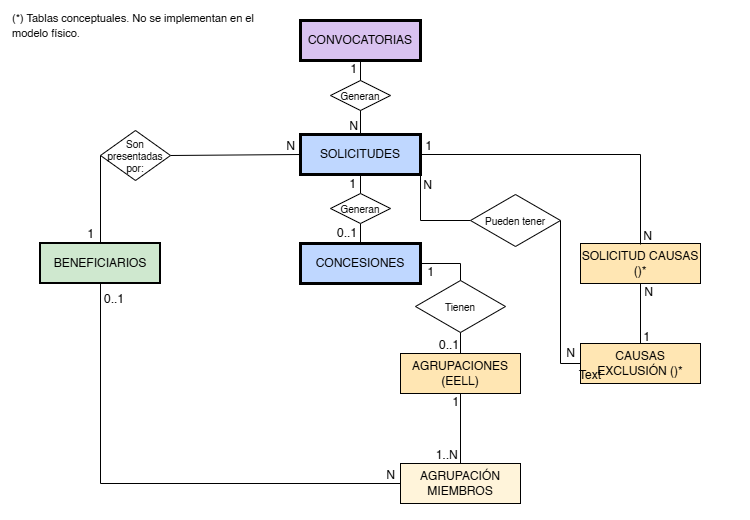
This is docs/img/modelo-datos-er.png from vcv-code/SubvDGDA, a draw.io export, as it was before one commit. Source tidied: cells renumbered, new cells last; positions are measured from the earlier drawing's top-left corner, leaving out a move shared by most shapes.
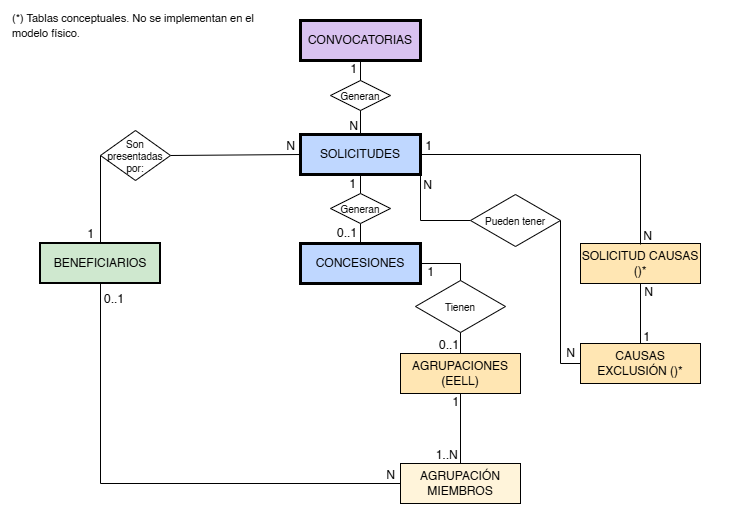
After the commit.

Commit message:
docs: actualizar diagrama ER

What changed in the source:
```diff
@@ -192,8 +192,5 @@
     <mxCell id="48" value="&lt;font style=&quot;font-size: 11px;&quot;&gt;(*) Tablas conceptuales. No se implementan en el modelo físico.&lt;/font&gt;" style="text;html=1;whiteSpace=wrap;strokeColor=none;fillColor=none;align=left;verticalAlign=middle;rounded=0;" parent="2" vertex="1">
       <mxGeometry x="10" y="10" width="270" height="30" as="geometry" />
     </mxCell>
-    <mxCell id="49" value="Text" style="text;html=1;whiteSpace=wrap;strokeColor=none;fillColor=none;align=center;verticalAlign=middle;rounded=0;" parent="1" vertex="1">
-      <mxGeometry x="560" y="360" width="60" height="30" as="geometry" />
-    </mxCell>
   </root>
 </mxGraphModel>
```
